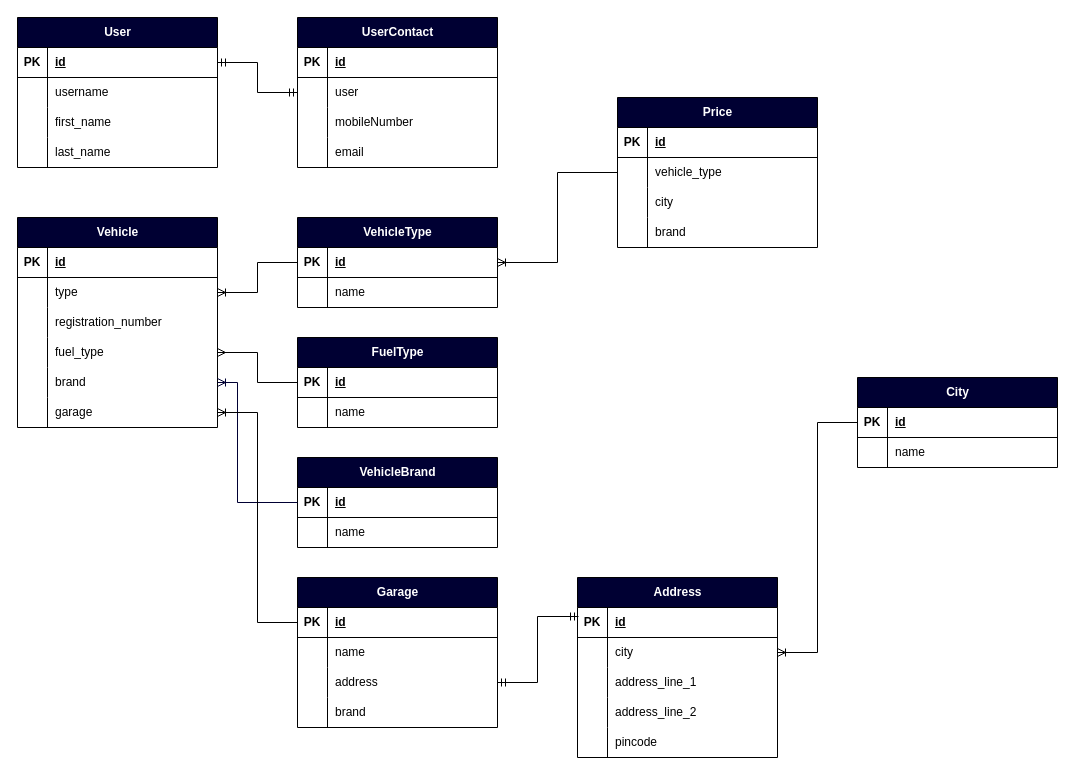
The draw.io diagram car_rental_service.drawio in priyajitbera/UML_DIAGRAMS, before the edit. Source tidied: cells renumbered, new cells numbered last; positions are measured from the earlier drawing's top-left corner, leaving out a move shared by most shapes. Both pictures are drawn from the tidied source at 100%, with x=0, y=0 at pixel (17, 17).
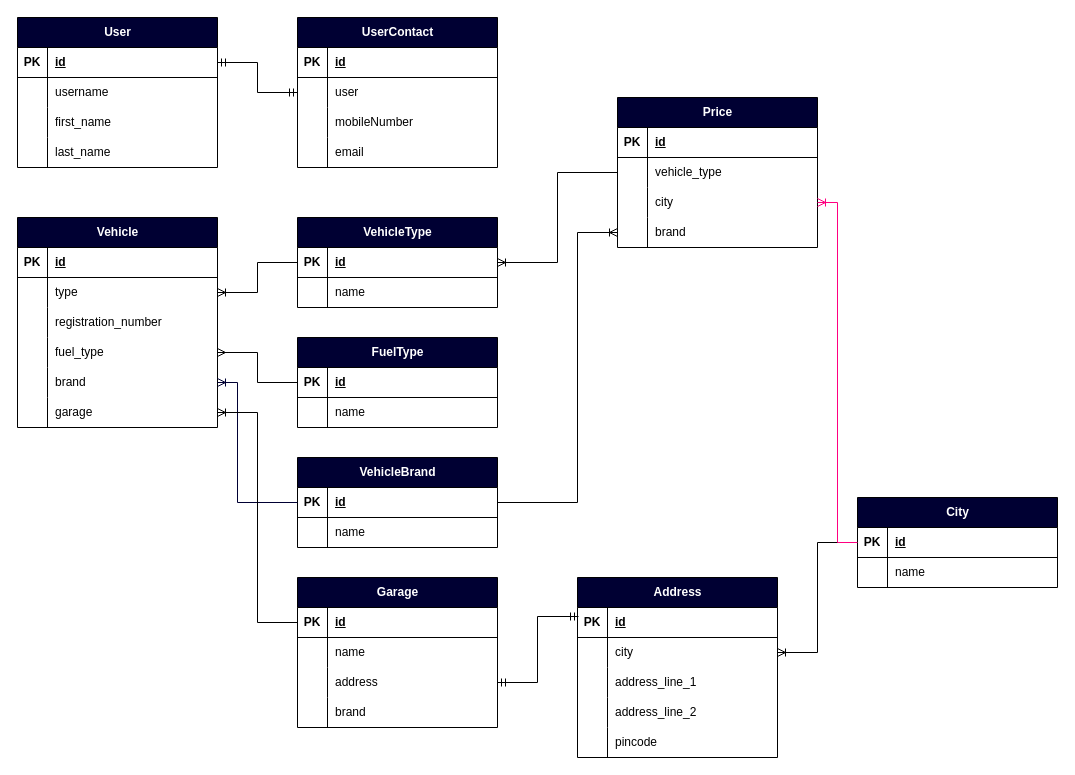
The same page after the edit.

The change refers to these unchanged cells:
```xml
<mxCell id="64" style="shape=tableRow;horizontal=0;startSize=0;swimlaneHead=0;swimlaneBody=0;fillColor=none;points=[[0,0.5],[1,0.5]];portConstraint=eastwest;top=0;left=0;right=0;bottom=1;" parent="63" vertex="1">
  <mxGeometry y="30" width="200" height="30" as="geometry" />
</mxCell>
<mxCell id="93" style="shape=tableRow;horizontal=0;startSize=0;swimlaneHead=0;swimlaneBody=0;fillColor=none;points=[[0,0.5],[1,0.5]];portConstraint=eastwest;top=0;left=0;right=0;bottom=0;" parent="86" vertex="1">
  <mxGeometry y="90" width="200" height="30" as="geometry" />
</mxCell>
<mxCell id="96" style="shape=tableRow;horizontal=0;startSize=0;swimlaneHead=0;swimlaneBody=0;fillColor=none;points=[[0,0.5],[1,0.5]];portConstraint=eastwest;top=0;left=0;right=0;bottom=0;" parent="86" vertex="1">
  <mxGeometry y="120" width="200" height="30" as="geometry" />
</mxCell>
<mxCell id="117" style="shape=tableRow;horizontal=0;startSize=0;swimlaneHead=0;swimlaneBody=0;fillColor=none;points=[[0,0.5],[1,0.5]];portConstraint=eastwest;top=0;left=0;right=0;bottom=1;" parent="116" vertex="1">
  <mxGeometry y="30" width="200" height="30" as="geometry" />
</mxCell>
```

Change to the diagram source:
```diff
@@
     <mxCell id="116" value="City" style="shape=table;startSize=30;childLayout=tableLayout;rowLines=0;fontStyle=1;align=center;html=1;fillColor=#000033;fontColor=#FFFFFF;" parent="1" vertex="1">
-      <mxGeometry x="840" y="360" width="200" height="90" as="geometry" />
+      <mxGeometry x="840" y="480" width="200" height="90" as="geometry" />
     </mxCell>
@@
+    <mxCell id="125" style="edgeStyle=orthogonalEdgeStyle;fontSize=12;html=1;endArrow=ERoneToMany;rounded=0;strokeColor=#FF0080;" parent="1" edge="1" source="117" target="93">
+      <mxGeometry relative="1" as="geometry" />
+    </mxCell>
+    <mxCell id="126" style="edgeStyle=orthogonalEdgeStyle;fontSize=12;html=1;endArrow=ERoneToMany;rounded=0;exitX=1;exitY=0.5;exitDx=0;exitDy=0;" parent="1" edge="1" source="64" target="96">
+      <mxGeometry relative="1" as="geometry">
+        <Array as="points">
+          <mxPoint x="560" y="485" />
+          <mxPoint x="560" y="215" />
+        </Array>
+      </mxGeometry>
+    </mxCell>
```
